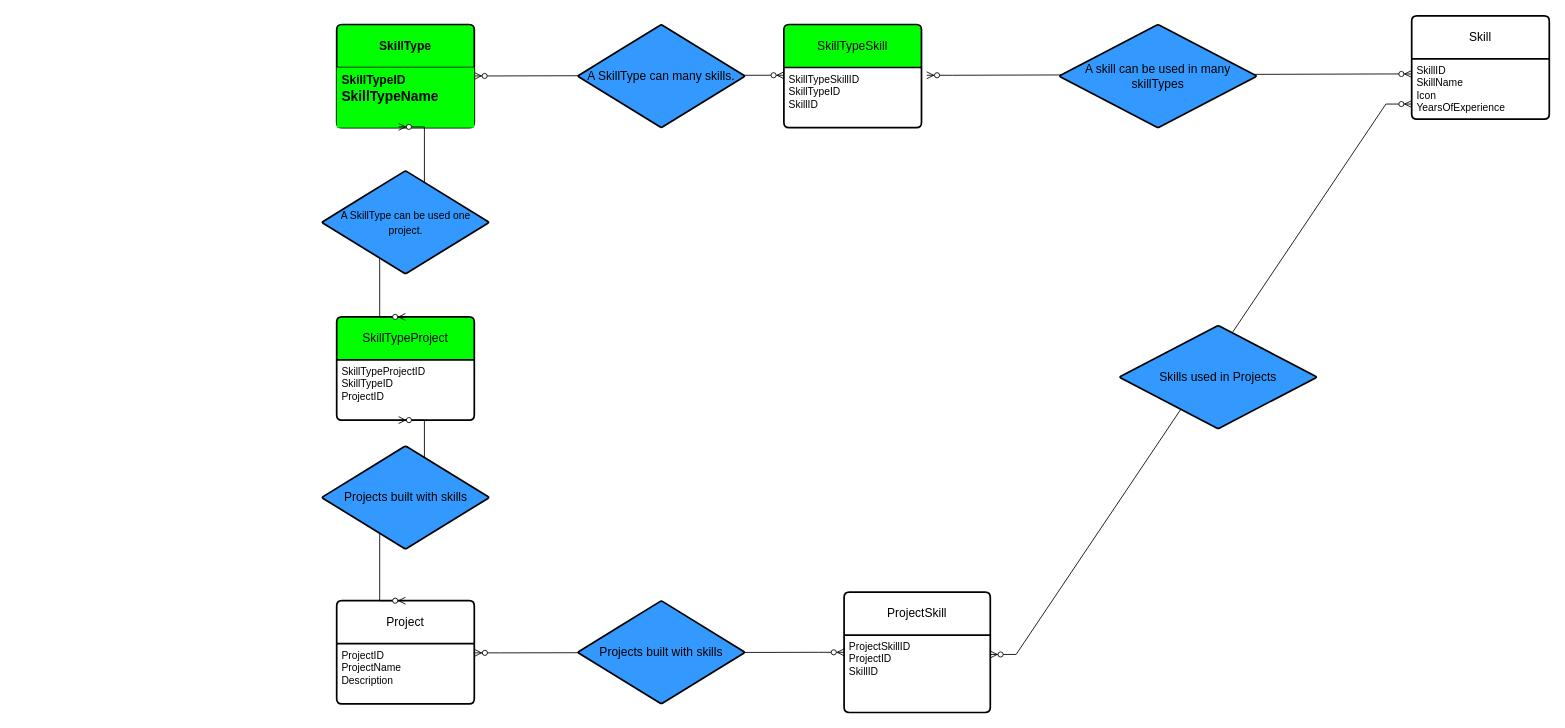
This is ERDiagram-Skillspage.drawio from pau85/drawIoDatabaseDiagram, a draw.io file, before an edit. Source tidied: cells renumbered, new cells numbered last; positions are measured from the earlier drawing's top-left corner, leaving out a move shared by most shapes. Both pictures are drawn from the tidied source at 86%, with x=0, y=0 at pixel (-150, 15).
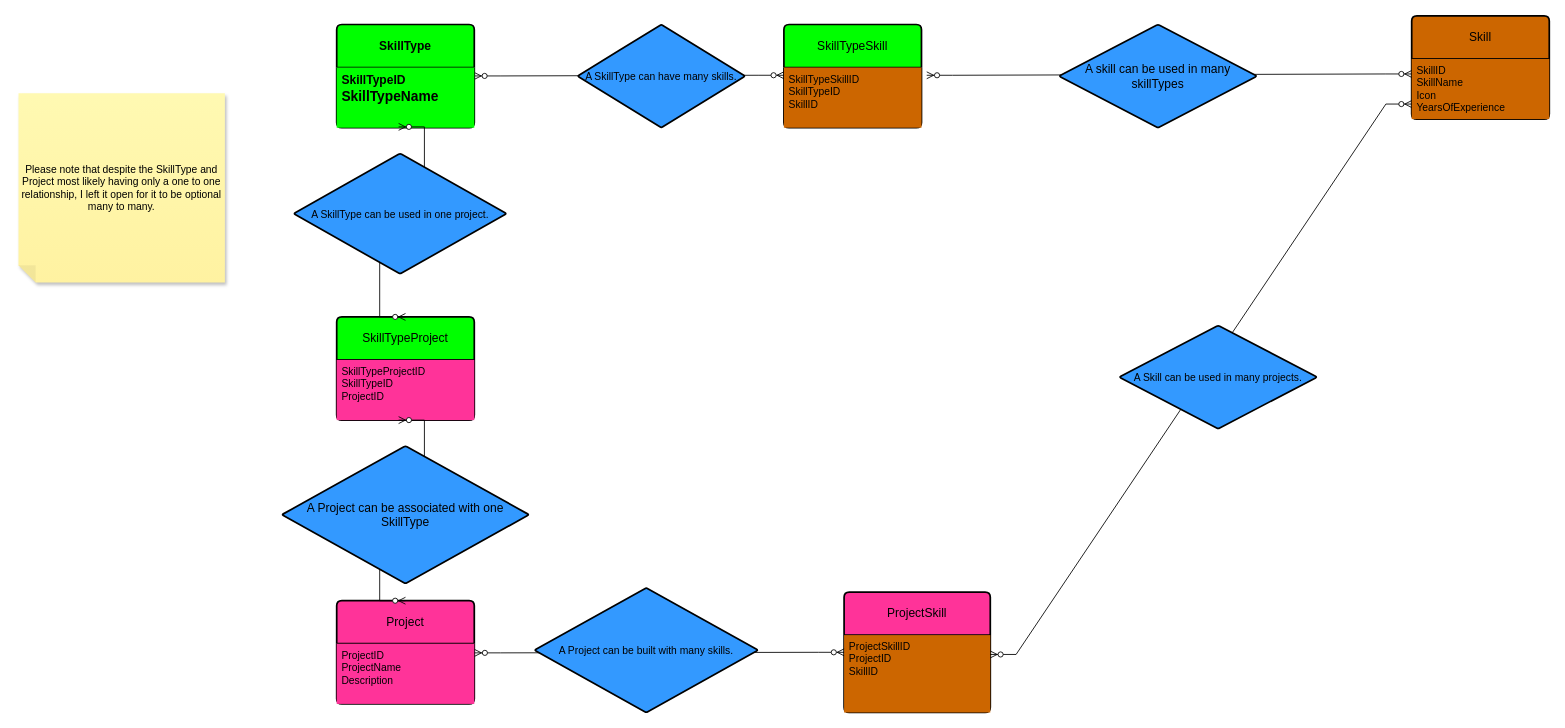
The same page after the edit.

Commit message:
Finished color-coding ER diagram.

Unchanged cells that the change refers to:
```xml
<mxCell id="9" value="SkillTypeSkill" style="swimlane;horizontal=1;startSize=50;rounded=1;fontSize=14;fontStyle=0;strokeWidth=2;shadow=0;dashed=0;align=center;arcSize=4;whiteSpace=wrap;html=1;fillColor=#00FF00;" parent="1" vertex="1">
  <mxGeometry x="1085" y="10" width="160" height="120" as="geometry" />
</mxCell>
<mxCell id="16" value="SkillTypeProject" style="swimlane;horizontal=1;startSize=50;rounded=1;fontSize=14;fontStyle=0;strokeWidth=2;shadow=0;dashed=0;align=center;arcSize=4;whiteSpace=wrap;html=1;fillColor=#00FF00;" parent="1" vertex="1">
  <mxGeometry x="565" y="350" width="160" height="120" as="geometry" />
</mxCell>
```

The edit, as a diff of the source:
```diff
@@
-    <mxCell id="2" value="Skill" style="swimlane;horizontal=1;startSize=50;rounded=1;fontSize=14;fontStyle=0;strokeWidth=2;shadow=0;dashed=0;align=center;arcSize=4;whiteSpace=wrap;html=1;" parent="1" vertex="1">
+    <mxCell id="2" value="Skill" style="swimlane;horizontal=1;startSize=50;rounded=1;fontSize=14;fontStyle=0;strokeWidth=2;shadow=0;dashed=0;align=center;arcSize=4;whiteSpace=wrap;html=1;fillColor=#CC6600;" parent="1" vertex="1">
       <mxGeometry x="1815" width="160" height="120" as="geometry" />
     </mxCell>
-    <mxCell id="3" value="SkillID&lt;div&gt;SkillName&lt;/div&gt;&lt;div&gt;Icon&lt;/div&gt;&lt;div&gt;YearsOfExperience&lt;/div&gt;" style="align=left;strokeColor=none;fillColor=none;spacingLeft=4;fontSize=12;verticalAlign=top;html=1;" parent="2" vertex="1">
+    <mxCell id="3" value="SkillID&lt;div&gt;SkillName&lt;/div&gt;&lt;div&gt;Icon&lt;/div&gt;&lt;div&gt;YearsOfExperience&lt;/div&gt;" style="align=left;strokeColor=none;fillColor=#CC6600;spacingLeft=4;fontSize=12;verticalAlign=top;html=1;" parent="2" vertex="1">
       <mxGeometry y="50" width="160" height="70" as="geometry" />
     </mxCell>
-    <mxCell id="4" value="ProjectSkill" style="swimlane;horizontal=1;startSize=50;rounded=1;fontSize=14;fontStyle=0;strokeWidth=2;shadow=0;dashed=0;align=center;arcSize=4;whiteSpace=wrap;html=1;" parent="1" vertex="1">
+    <mxCell id="4" value="ProjectSkill" style="swimlane;horizontal=1;startSize=50;rounded=1;fontSize=14;fontStyle=0;strokeWidth=2;shadow=0;dashed=0;align=center;arcSize=4;whiteSpace=wrap;html=1;fillColor=#FF3399;" parent="1" vertex="1">
       <mxGeometry x="1155" y="670" width="170" height="140" as="geometry" />
     </mxCell>
-    <mxCell id="5" value="ProjectSkillID&lt;div&gt;ProjectID&lt;/div&gt;&lt;div&gt;SkillID&lt;/div&gt;" style="align=left;strokeColor=none;fillColor=none;spacingLeft=4;fontSize=12;verticalAlign=top;html=1;" parent="4" vertex="1">
+    <mxCell id="5" value="ProjectSkillID&lt;div&gt;ProjectID&lt;/div&gt;&lt;div&gt;SkillID&lt;/div&gt;" style="align=left;strokeColor=none;fillColor=#CC6600;spacingLeft=4;fontSize=12;verticalAlign=top;html=1;" parent="4" vertex="1">
       <mxGeometry y="50" width="170" height="90" as="geometry" />
     </mxCell>
@@
-    <mxCell id="7" value="Project" style="swimlane;horizontal=1;startSize=50;rounded=1;fontSize=14;fontStyle=0;strokeWidth=2;shadow=0;dashed=0;align=center;arcSize=4;whiteSpace=wrap;html=1;" parent="1" vertex="1">
+    <mxCell id="7" value="Project" style="swimlane;horizontal=1;startSize=50;rounded=1;fontSize=14;fontStyle=0;strokeWidth=2;shadow=0;dashed=0;align=center;arcSize=4;whiteSpace=wrap;html=1;fillColor=#FF3399;" parent="1" vertex="1">
       <mxGeometry x="565" y="680" width="160" height="120" as="geometry" />
     </mxCell>
-    <mxCell id="8" value="ProjectID&lt;div&gt;ProjectName&lt;/div&gt;&lt;div&gt;Description&lt;/div&gt;&lt;div&gt;&lt;br&gt;&lt;/div&gt;" style="align=left;strokeColor=none;fillColor=none;spacingLeft=4;fontSize=12;verticalAlign=top;html=1;" parent="7" vertex="1">
+    <mxCell id="8" value="ProjectID&lt;div&gt;ProjectName&lt;/div&gt;&lt;div&gt;Description&lt;/div&gt;&lt;div&gt;&lt;br&gt;&lt;/div&gt;" style="align=left;strokeColor=none;fillColor=#FF3399;spacingLeft=4;fontSize=12;verticalAlign=top;html=1;" parent="7" vertex="1">
       <mxGeometry y="50" width="160" height="70" as="geometry" />
     </mxCell>
@@
-    <mxCell id="10" value="SkillTypeSkillID&lt;div&gt;SkillTypeID&lt;/div&gt;&lt;div&gt;SkillID&lt;/div&gt;" style="align=left;strokeColor=none;fillColor=none;spacingLeft=4;fontSize=12;verticalAlign=top;html=1;" parent="9" vertex="1">
+    <mxCell id="10" value="SkillTypeSkillID&lt;div&gt;SkillTypeID&lt;/div&gt;&lt;div&gt;SkillID&lt;/div&gt;" style="align=left;strokeColor=none;fillColor=#CC6600;spacingLeft=4;fontSize=12;verticalAlign=top;html=1;" parent="9" vertex="1">
       <mxGeometry y="50" width="160" height="70" as="geometry" />
     </mxCell>
@@
-    <mxCell id="15" value="A SkillType can many skills." style="rhombus;whiteSpace=wrap;html=1;fontSize=14;fontStyle=0;startSize=50;rounded=1;strokeWidth=2;shadow=0;dashed=0;arcSize=4;fillColor=#3399FF;" parent="1" vertex="1">
+    <mxCell id="15" value="&lt;font style=&quot;font-size: 12px;&quot;&gt;A SkillType can have many skills.&lt;/font&gt;" style="rhombus;whiteSpace=wrap;html=1;fontSize=14;fontStyle=0;startSize=50;rounded=1;strokeWidth=2;shadow=0;dashed=0;arcSize=4;fillColor=#3399FF;" parent="1" vertex="1">
       <mxGeometry x="845" y="10" width="195" height="120" as="geometry" />
     </mxCell>
@@
-    <mxCell id="17" value="SkillTypeProjectID&lt;div&gt;SkillTypeID&lt;/div&gt;&lt;div&gt;ProjectID&lt;/div&gt;" style="align=left;strokeColor=none;fillColor=none;spacingLeft=4;fontSize=12;verticalAlign=top;html=1;" parent="16" vertex="1">
+    <mxCell id="17" value="SkillTypeProjectID&lt;div&gt;SkillTypeID&lt;/div&gt;&lt;div&gt;ProjectID&lt;/div&gt;" style="align=left;strokeColor=none;fillColor=#FF3399;spacingLeft=4;fontSize=12;verticalAlign=top;html=1;" parent="16" vertex="1">
       <mxGeometry y="50" width="160" height="70" as="geometry" />
     </mxCell>
@@
-    <mxCell id="20" value="Projects built with skills" style="rhombus;whiteSpace=wrap;html=1;fontSize=14;fontStyle=0;startSize=50;rounded=1;strokeWidth=2;shadow=0;dashed=0;arcSize=4;fillColor=#3399FF;" parent="1" vertex="1">
-      <mxGeometry x="845" y="680" width="195" height="120" as="geometry" />
+    <mxCell id="20" value="&lt;font style=&quot;font-size: 12px;&quot;&gt;A Project can be built with many skills.&lt;/font&gt;" style="rhombus;whiteSpace=wrap;html=1;fontSize=14;fontStyle=0;startSize=50;rounded=1;strokeWidth=2;shadow=0;dashed=0;arcSize=4;fillColor=#3399FF;" parent="1" vertex="1">
+      <mxGeometry x="795" y="665" width="260" height="145" as="geometry" />
     </mxCell>
-    <mxCell id="21" value="Skills used in Projects" style="rhombus;whiteSpace=wrap;html=1;fontSize=14;fontStyle=0;startSize=50;rounded=1;strokeWidth=2;shadow=0;dashed=0;arcSize=4;resize=1;fillColor=#3399FF;" parent="1" vertex="1">
+    <mxCell id="21" value="&lt;font style=&quot;font-size: 12px;&quot;&gt;A Skill can be used in many projects.&lt;/font&gt;" style="rhombus;whiteSpace=wrap;html=1;fontSize=14;fontStyle=0;startSize=50;rounded=1;strokeWidth=2;shadow=0;dashed=0;arcSize=4;resize=1;fillColor=#3399FF;" parent="1" vertex="1">
       <mxGeometry x="1475" y="360" width="230" height="120" as="geometry" />
     </mxCell>
@@
-    <mxCell id="23" value="&lt;font style=&quot;font-size: 12px;&quot;&gt;A SkillType can be used one project.&lt;/font&gt;" style="rhombus;whiteSpace=wrap;html=1;fontSize=14;fontStyle=0;startSize=50;rounded=1;strokeWidth=2;shadow=0;dashed=0;arcSize=4;fillColor=#3399FF;" parent="1" vertex="1">
-      <mxGeometry x="547.5" y="180" width="195" height="120" as="geometry" />
+    <mxCell id="23" value="&lt;font style=&quot;font-size: 12px;&quot;&gt;A SkillType can be used in one project.&lt;/font&gt;" style="rhombus;whiteSpace=wrap;html=1;fontSize=14;fontStyle=0;startSize=50;rounded=1;strokeWidth=2;shadow=0;dashed=0;arcSize=4;fillColor=#3399FF;" parent="1" vertex="1">
+      <mxGeometry x="515" y="160" width="247.5" height="140" as="geometry" />
     </mxCell>
@@
-    <mxCell id="25" value="Projects built with skills" style="rhombus;whiteSpace=wrap;html=1;fontSize=14;fontStyle=0;startSize=50;rounded=1;strokeWidth=2;shadow=0;dashed=0;arcSize=4;fillColor=#3399FF;" parent="1" vertex="1">
-      <mxGeometry x="547.5" y="500" width="195" height="120" as="geometry" />
+    <mxCell id="25" value="A Project can be associated with one SkillType" style="rhombus;whiteSpace=wrap;html=1;fontSize=14;fontStyle=0;startSize=50;rounded=1;strokeWidth=2;shadow=0;dashed=0;arcSize=4;fillColor=#3399FF;" parent="1" vertex="1">
+      <mxGeometry x="501.2" y="500" width="287.5" height="160" as="geometry" />
     </mxCell>
+    <mxCell id="26" value="Please note that despite the SkillType and Project most likely having only a one to one relationship, I left it open for it to be optional many to many." style="shape=note;whiteSpace=wrap;html=1;backgroundOutline=1;fontColor=#000000;darkOpacity=0.05;fillColor=#FFF9B2;strokeColor=none;fillStyle=solid;direction=west;gradientDirection=north;gradientColor=#FFF2A1;shadow=1;size=20;" parent="1" vertex="1">
+      <mxGeometry x="195" y="90" width="240" height="220" as="geometry" />
+    </mxCell>
```
